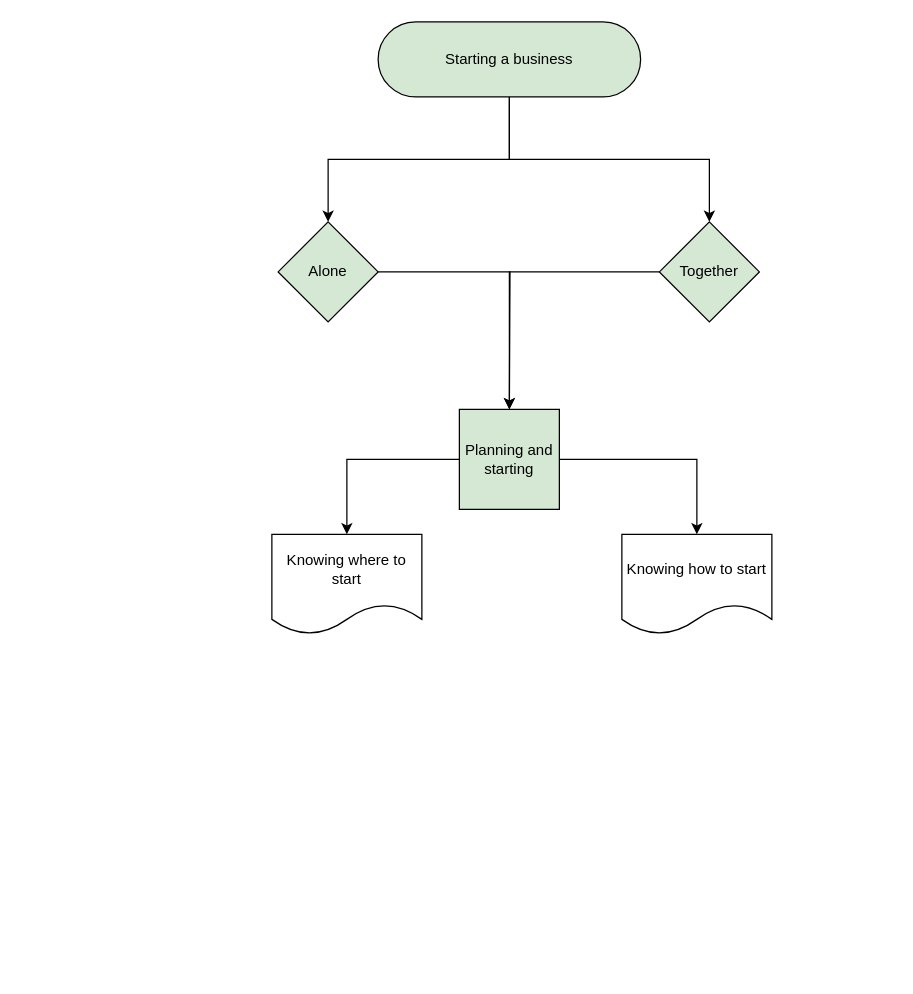
saucecap/draw.io2 keeps this draw.io diagram as abdullah abdulaziz alghamdi.drawio. Above is the earlier version. Source tidied: cells renumbered, new cells numbered last; positions are measured from the earlier drawing's top-left corner, leaving out a move shared by most shapes. Both pictures are drawn from the tidied source at 125%, with x=0, y=0 at pixel (271, 21).
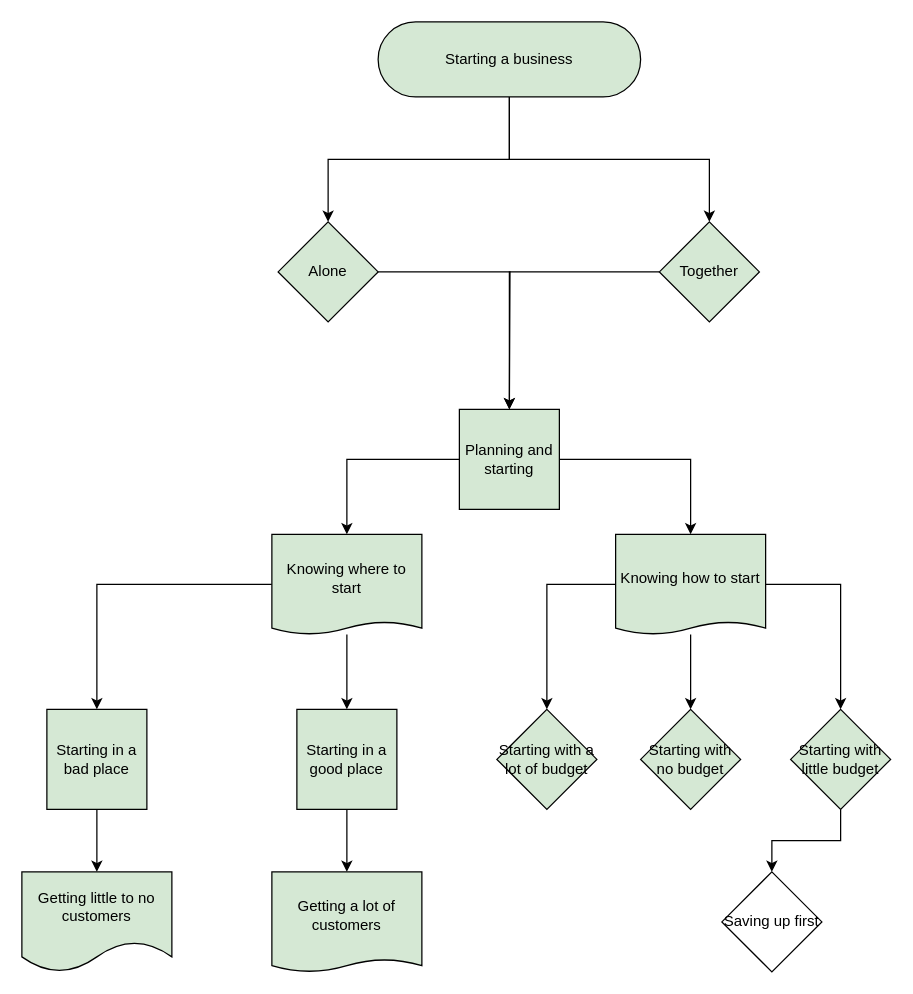
The same page after the edit.

The edit, as a diff of the source:
```diff
@@
+    <mxCell id="15" style="edgeStyle=orthogonalEdgeStyle;rounded=0;jettySize=auto;html=1;entryX=0.5;entryY=0;entryDx=0;entryDy=0;" parent="1" edge="1" source="13" target="21">
+      <mxGeometry relative="1" as="geometry" />
+    </mxCell>
+    <mxCell id="16" style="edgeStyle=orthogonalEdgeStyle;rounded=0;jettySize=auto;html=1;entryX=0.5;entryY=0;entryDx=0;entryDy=0;" parent="1" edge="1" source="13" target="24">
+      <mxGeometry relative="1" as="geometry" />
+    </mxCell>
-    <mxCell id="13" value="Knowing where to start" style="shape=document;whiteSpace=wrap;html=1;boundedLbl=1;" parent="1" vertex="1">
+    <mxCell id="13" value="Knowing where to start" style="shape=document;whiteSpace=wrap;html=1;boundedLbl=1;fillColor=#d5e8d4;strokeColor=#000000;size=0.125;" parent="1" vertex="1">
       <mxGeometry y="410" width="120" height="80" as="geometry" />
     </mxCell>
+    <mxCell id="17" style="edgeStyle=orthogonalEdgeStyle;rounded=0;jettySize=auto;html=1;entryX=0.5;entryY=0;entryDx=0;entryDy=0;" parent="1" edge="1" source="14" target="29">
+      <mxGeometry relative="1" as="geometry" />
+    </mxCell>
+    <mxCell id="18" style="edgeStyle=orthogonalEdgeStyle;rounded=0;jettySize=auto;html=1;entryX=0.5;entryY=0;entryDx=0;entryDy=0;" parent="1" edge="1" source="14" target="26">
+      <mxGeometry relative="1" as="geometry" />
+    </mxCell>
+    <mxCell id="19" style="edgeStyle=orthogonalEdgeStyle;rounded=0;jettySize=auto;html=1;entryX=0.5;entryY=0;entryDx=0;entryDy=0;" parent="1" edge="1" source="14" target="28">
+      <mxGeometry relative="1" as="geometry" />
+    </mxCell>
-    <mxCell id="14" value="Knowing how to start" style="shape=document;whiteSpace=wrap;html=1;boundedLbl=1;" parent="1" vertex="1">
-      <mxGeometry x="280" y="410" width="120" height="80" as="geometry" />
+    <mxCell id="14" value="Knowing how to start" style="shape=document;whiteSpace=wrap;html=1;boundedLbl=1;fillColor=#d5e8d4;strokeColor=#000000;size=0.125;" parent="1" vertex="1">
+      <mxGeometry x="275" y="410" width="120" height="80" as="geometry" />
     </mxCell>
+    <mxCell id="20" style="edgeStyle=orthogonalEdgeStyle;rounded=0;jettySize=auto;html=1;entryX=0.5;entryY=0;entryDx=0;entryDy=0;" parent="1" edge="1" source="21" target="22">
+      <mxGeometry relative="1" as="geometry" />
+    </mxCell>
+    <mxCell id="21" value="Starting in a good place&lt;br&gt;" style="whiteSpace=wrap;html=1;fillColor=#d5e8d4;strokeColor=#000000;" parent="1" vertex="1">
+      <mxGeometry x="20" y="550" width="80" height="80" as="geometry" />
+    </mxCell>
+    <mxCell id="22" value="Getting a lot of customers" style="shape=document;whiteSpace=wrap;html=1;boundedLbl=1;fillColor=#d5e8d4;strokeColor=#000000;size=0.125;" parent="1" vertex="1">
+      <mxGeometry y="680" width="120" height="80" as="geometry" />
+    </mxCell>
+    <mxCell id="23" style="edgeStyle=orthogonalEdgeStyle;rounded=0;jettySize=auto;html=1;entryX=0.5;entryY=0;entryDx=0;entryDy=0;" parent="1" edge="1" source="24" target="25">
+      <mxGeometry relative="1" as="geometry" />
+    </mxCell>
+    <mxCell id="24" value="Starting in a bad place" style="whiteSpace=wrap;html=1;fillColor=#d5e8d4;strokeColor=#000000;" parent="1" vertex="1">
+      <mxGeometry x="-180" y="550" width="80" height="80" as="geometry" />
+    </mxCell>
+    <mxCell id="25" value="Getting little to no customers" style="shape=document;whiteSpace=wrap;html=1;boundedLbl=1;fillColor=#d5e8d4;strokeColor=#000000;" parent="1" vertex="1">
+      <mxGeometry x="-200" y="680" width="120" height="80" as="geometry" />
+    </mxCell>
+    <mxCell id="26" value="Starting with no budget" style="rhombus;whiteSpace=wrap;html=1;fillColor=#d5e8d4;strokeColor=#000000;" parent="1" vertex="1">
+      <mxGeometry x="295" y="550" width="80" height="80" as="geometry" />
+    </mxCell>
+    <mxCell id="27" style="edgeStyle=orthogonalEdgeStyle;rounded=0;jettySize=auto;html=1;entryX=0.5;entryY=0;entryDx=0;entryDy=0;" parent="1" edge="1" source="28" target="30">
+      <mxGeometry relative="1" as="geometry" />
+    </mxCell>
+    <mxCell id="28" value="Starting with little budget" style="rhombus;whiteSpace=wrap;html=1;fillColor=#d5e8d4;strokeColor=#000000;" parent="1" vertex="1">
+      <mxGeometry x="415" y="550" width="80" height="80" as="geometry" />
+    </mxCell>
+    <mxCell id="29" value="Starting with a lot of budget" style="rhombus;whiteSpace=wrap;html=1;fillColor=#d5e8d4;strokeColor=#000000;" parent="1" vertex="1">
+      <mxGeometry x="180" y="550" width="80" height="80" as="geometry" />
+    </mxCell>
+    <mxCell id="30" value="Saving up first" style="rhombus;whiteSpace=wrap;html=1;" parent="1" vertex="1">
+      <mxGeometry x="360" y="680" width="80" height="80" as="geometry" />
+    </mxCell>
```
